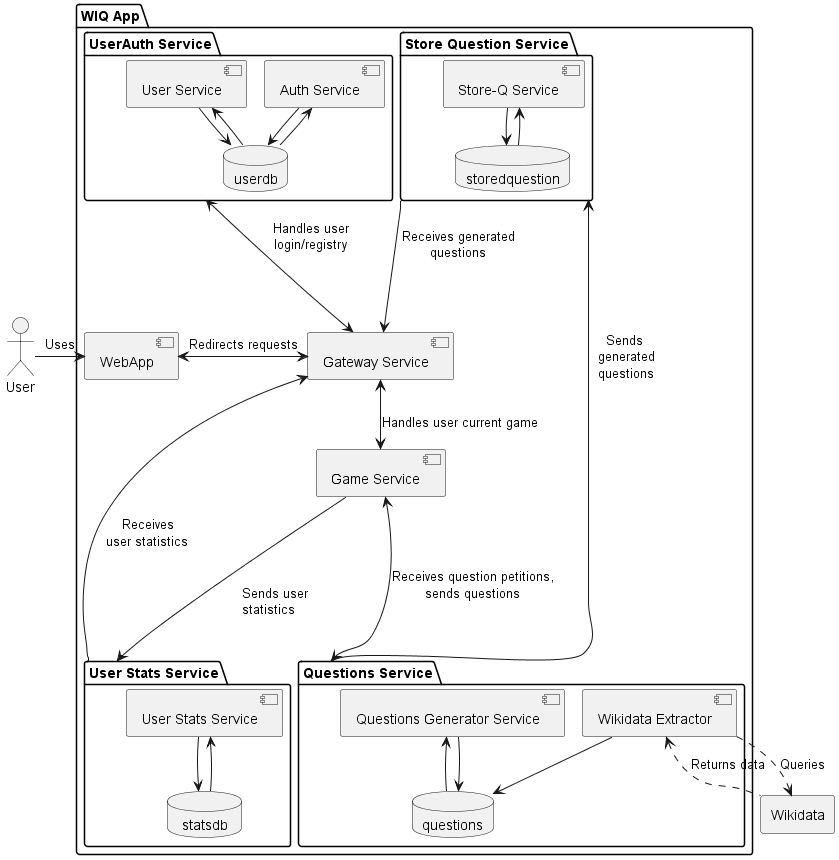
Before: images/Level 3 Diagram.png, a diagram exported from PlantUML (Arquisoft/wiq_es6c).
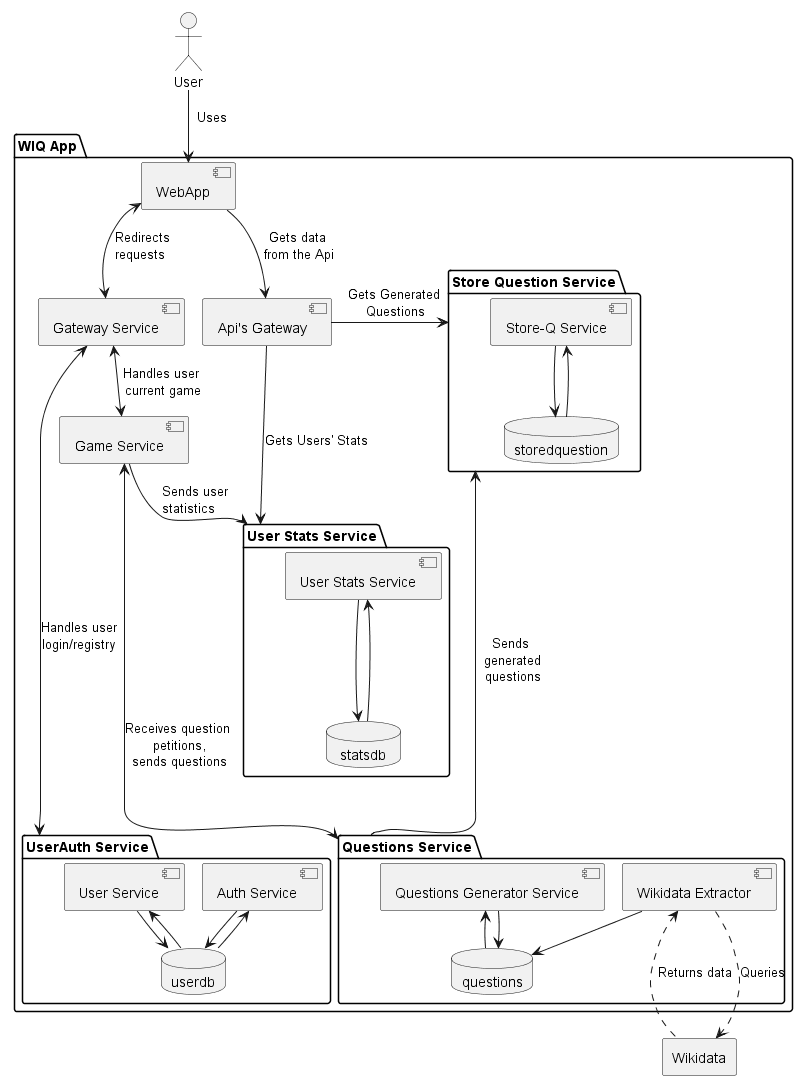
Later version of the same file.

The edit, as a diff of the source:
```diff
@@ -8,6 +8,8 @@
 
     component "WebApp"
     component "Gateway Service" as GatewayS
+
+    component "Api's Gateway" as ApisGateway
 
     component "Game Service"
         package "Store Question Service" as QHS{
@@ -31,20 +33,22 @@
     }
 }
 
-User -right-> WebApp : Uses
-WebApp <-right-> GatewayS: Redirects requests
+User --> WebApp : "  Uses"
+WebApp <-down-> GatewayS: "Redirects\t\t\t\nrequests\t\t\t"
 
-GatewayS <--up--> "UserAuth Service" : "Handles user\nlogin/registry"
-GatewayS <-down-> "Game Service" : "Handles user current game"
-GatewayS <--up-- "QHS" : "\nReceives generated\nquestions"
-GatewayS <--- "USS" : "Receives\t\t\t\nuser statistics\t\t\t"
+GatewayS <------> "UserAuth Service" : "Handles user\nlogin/registry\n\n\n"
+GatewayS <--> "Game Service" : "Handles user\n current game"
 
-"Game Service" <---> "Questions Service" : "Receives question petitions,\nsends questions\n\n"
-"Game Service" ---> "USS" : "Sends user\t\nstatistics\t\t"
+ApisGateway <-up- WebApp : "Gets data\n from the Api"
+ApisGateway -left-> QHS : "Gets Generated\n Questions"
+ApisGateway ---> USS  : "Gets Users' Stats"
+
+"Game Service" <-----> "Questions Service" : "Receives question \npetitions,\nsends questions"
+"Game Service"-> "USS" : "Sends user\t\nstatistics\t\t"
 "Questions Service" -up-> "QHS" : " Sends\n  generated\n  questions"
 
-"Wikidata" .up.> "Wikidata Extractor" : "Returns data"
-"Wikidata" <.up. "Wikidata Extractor" : "Queries"
+"Wikidata" .up..> "Wikidata Extractor" : "Returns data"
+"Wikidata" <.up.. "Wikidata Extractor" : "Queries"
 "Wikidata Extractor" --> QSDB
 "Questions Generator Service" <-- QSDB
 "Questions Generator Service" --> QSDB
```
